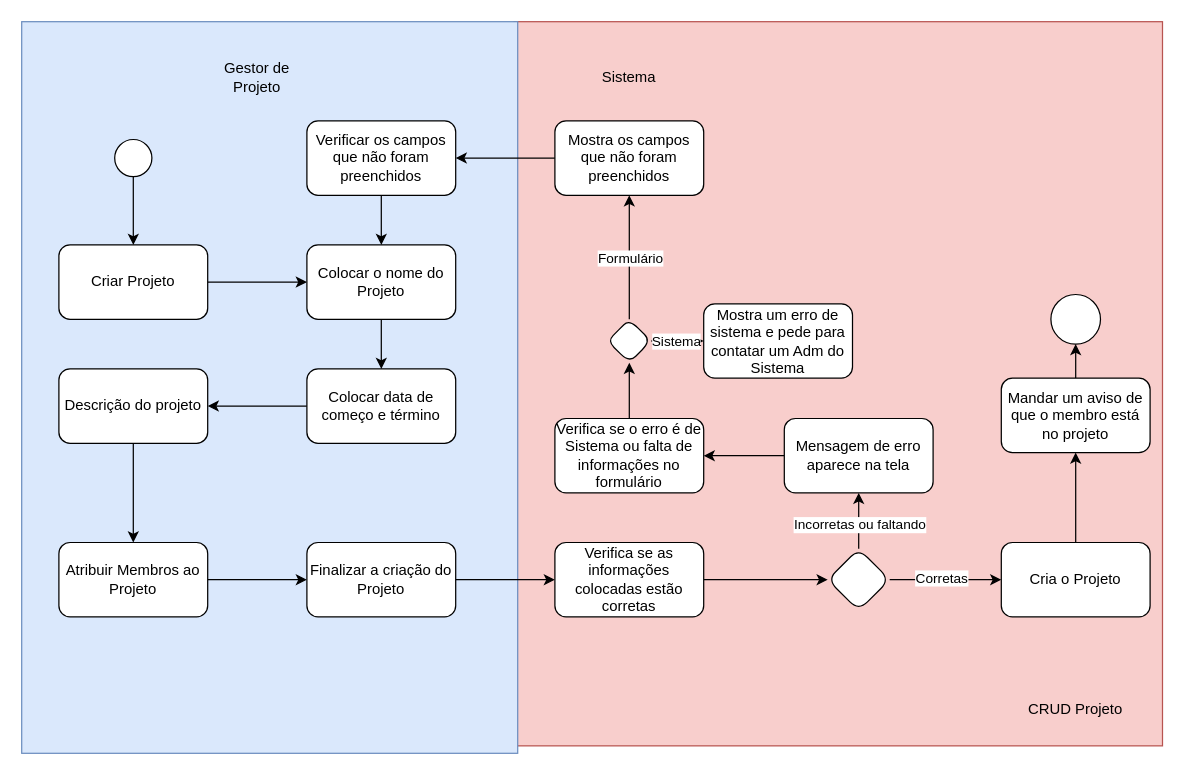
Above: Diagrama de atividades.drawio in Chibilski/analisesProjeto (draw.io), before the change. Source tidied: cells renumbered, new cells numbered last; positions are measured from the earlier drawing's top-left corner, leaving out a move shared by most shapes. Both pictures are drawn from the tidied source at 124%, with x=0, y=0 at pixel (21, 21).
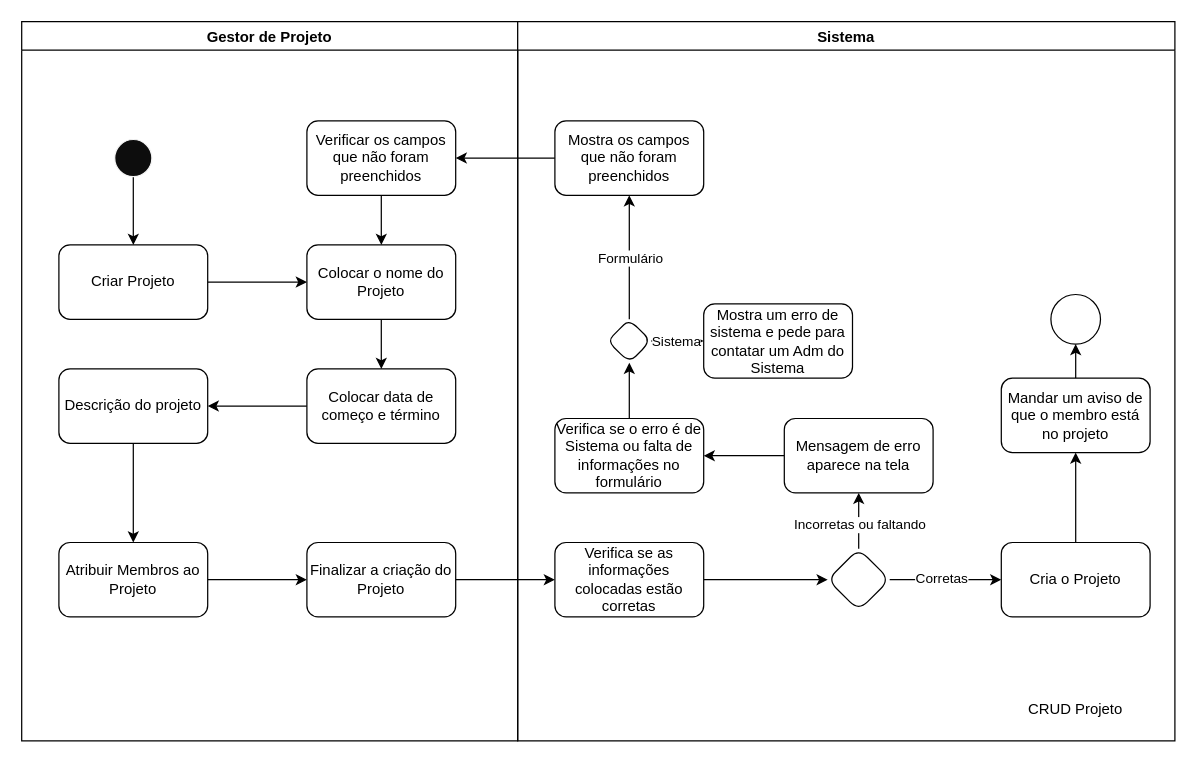
The same page after the edit.

Diff of the diagram source:
```diff
@@
-    <mxCell id="2" style="rounded=0;whiteSpace=wrap;html=1;fillColor=#f8cecc;strokeColor=#b85450;" parent="1" vertex="1">
-      <mxGeometry x="397" width="523" height="584" as="geometry" />
-    </mxCell>
-    <mxCell id="3" style="rounded=0;whiteSpace=wrap;html=1;fillColor=#dae8fc;strokeColor=#6c8ebf;" parent="1" vertex="1">
-      <mxGeometry width="400" height="590" as="geometry" />
-    </mxCell>
-    <mxCell id="4" value="Gestor de Projeto" style="text;html=1;align=center;verticalAlign=middle;whiteSpace=wrap;rounded=0;" parent="1" vertex="1">
-      <mxGeometry x="160" y="30" width="60" height="30" as="geometry" />
-    </mxCell>
@@
-    <mxCell id="19" value="Sistema" style="text;html=1;align=center;verticalAlign=middle;whiteSpace=wrap;rounded=0;" parent="1" vertex="1">
-      <mxGeometry x="460" y="30" width="60" height="30" as="geometry" />
-    </mxCell>
@@
-    <mxCell id="44" style="ellipse;whiteSpace=wrap;html=1;" parent="1" vertex="1">
+    <mxCell id="44" style="ellipse;whiteSpace=wrap;html=1;strokeColor=#F5F5F5;fillColor=#0D0D0D;" parent="1" vertex="1">
       <mxGeometry x="75" y="95" width="30" height="30" as="geometry" />
     </mxCell>
@@
+    <mxCell id="4" value="Gestor de Projeto" style="swimlane;" parent="1" vertex="1">
+      <mxGeometry width="400" height="580" as="geometry" />
+    </mxCell>
+    <mxCell id="19" value="Sistema" style="swimlane;" parent="1" vertex="1">
+      <mxGeometry x="400" width="530" height="580" as="geometry" />
+    </mxCell>
```
